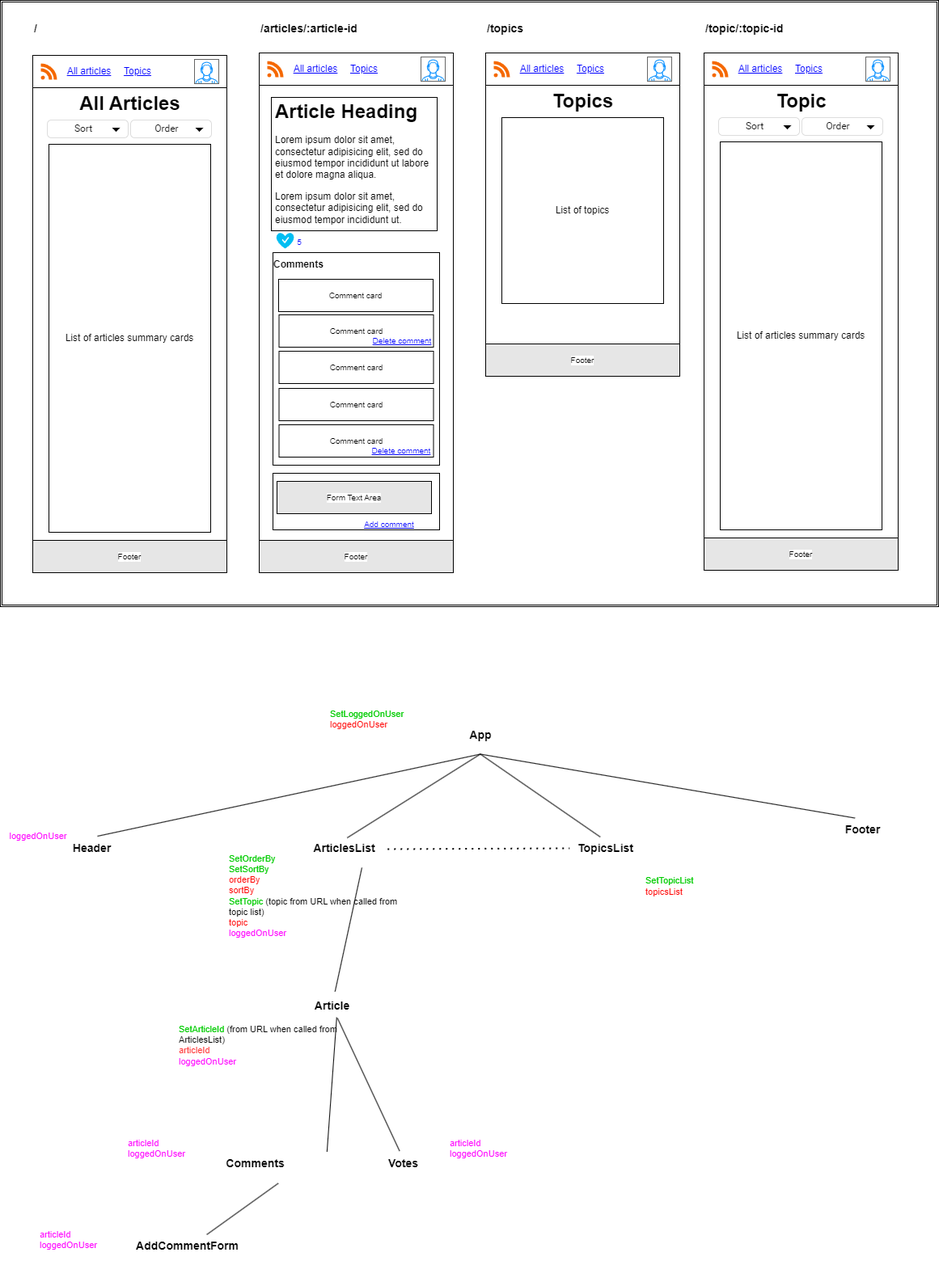
Before: plan.png, a diagram exported from draw.io (marcusyoung/nc-news). Source tidied: cells renumbered, new cells last; positions are measured from the earlier drawing's top-left corner, leaving out a move shared by most shapes.
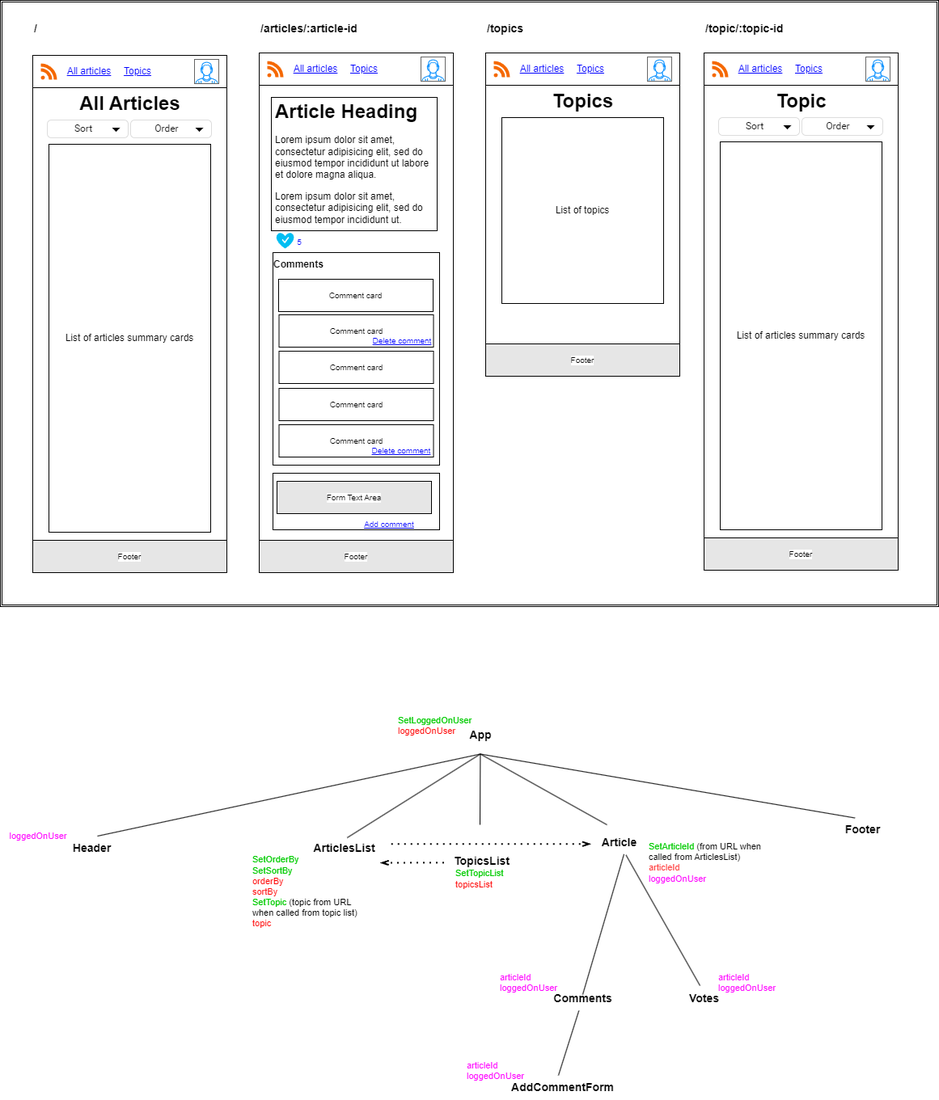
The same diagram one commit later.

Commit message:
completed plan

Diff of the diagram source:
```diff
@@ -196,98 +196,102 @@
         <mxPoint x="-20" y="-1.5" as="offset" />
       </mxGeometry>
     </mxCell>
-    <mxCell id="64" style="group;" parent="1" vertex="1">
-      <mxGeometry y="870" width="1140" height="714.5" as="geometry" />
-    </mxCell>
-    <mxCell id="65" style="endArrow=none;html=1;fontSize=11;fontColor=#000000;exitX=0.586;exitY=0.967;exitDx=0;exitDy=0;exitPerimeter=0;entryX=0.557;entryY=-0.1;entryDx=0;entryDy=0;entryPerimeter=0;" parent="64" edge="1" target="71">
+    <mxCell id="65" style="endArrow=none;html=1;fontSize=11;fontColor=#000000;exitX=0.5;exitY=1;exitDx=0;exitDy=0;" parent="1" edge="1" source="67">
       <mxGeometry relative="1" as="geometry">
-        <mxPoint x="447" y="203" as="sourcePoint" />
+        <mxPoint x="750" y="1020" as="targetPoint" />
       </mxGeometry>
     </mxCell>
-    <mxCell id="66" value="&lt;font color=&quot;#00cc00&quot;&gt;SetOrderBy&lt;br&gt;SetSortBy&lt;/font&gt;&lt;br&gt;&lt;font color=&quot;#ff0000&quot;&gt;orderBy&lt;/font&gt;&lt;br&gt;&lt;font color=&quot;#ff0000&quot;&gt;sortBy&lt;/font&gt;&lt;br&gt;&lt;font color=&quot;#00cc00&quot;&gt;SetTopic&lt;/font&gt;&lt;font color=&quot;#ff0000&quot;&gt; &lt;/font&gt;(topic from URL when called from topic list)&lt;br&gt;&lt;font color=&quot;#ff0000&quot;&gt;topic&lt;/font&gt;&lt;br&gt;&lt;font color=&quot;#ff00ff&quot;&gt;loggedOnUser&lt;/font&gt;" style="text;html=1;strokeColor=none;fillColor=none;align=left;verticalAlign=middle;whiteSpace=wrap;rounded=0;fontSize=11;" parent="64" vertex="1">
-      <mxGeometry x="281.1" y="164" width="234.2" height="148.4" as="geometry" />
+    <mxCell id="66" value="&lt;font color=&quot;#00cc00&quot;&gt;SetOrderBy&lt;br&gt;SetSortBy&lt;/font&gt;&lt;br&gt;&lt;font color=&quot;#ff0000&quot;&gt;orderBy&lt;/font&gt;&lt;br&gt;&lt;font color=&quot;#ff0000&quot;&gt;sortBy&lt;/font&gt;&lt;br&gt;&lt;font color=&quot;#00cc00&quot;&gt;SetTopic&lt;/font&gt;&lt;font color=&quot;#ff0000&quot;&gt; &lt;/font&gt;(topic from URL when called from topic list)&lt;br&gt;&lt;font color=&quot;#ff0000&quot;&gt;topic&lt;/font&gt;" style="text;html=1;strokeColor=none;fillColor=none;align=left;verticalAlign=middle;whiteSpace=wrap;rounded=0;fontSize=11;" parent="1" vertex="1">
+      <mxGeometry x="310" y="1049.6" width="150" height="106" as="geometry" />
     </mxCell>
-    <mxCell id="67" value="App" style="text;html=1;strokeColor=none;fillColor=none;align=center;verticalAlign=middle;whiteSpace=wrap;rounded=0;shadow=0;labelBackgroundColor=none;labelBorderColor=none;sketch=0;fillStyle=auto;strokeWidth=2;fontSize=14;fontColor=#000000;fontStyle=1;" parent="64" vertex="1">
-      <mxGeometry x="546.6" y="15.6" width="93.7" height="46.8" as="geometry" />
+    <mxCell id="67" value="App" style="text;html=1;strokeColor=none;fillColor=none;align=center;verticalAlign=middle;whiteSpace=wrap;rounded=0;shadow=0;labelBackgroundColor=none;labelBorderColor=none;sketch=0;fillStyle=auto;strokeWidth=2;fontSize=14;fontColor=#000000;fontStyle=1;" parent="1" vertex="1">
+      <mxGeometry x="546.6" y="885.6" width="93.7" height="46.8" as="geometry" />
     </mxCell>
-    <mxCell id="68" value="Header" style="text;html=1;align=center;verticalAlign=middle;points=[];strokeColor=none;fillColor=none;fontSize=14;fontColor=#000000;fontStyle=1;" parent="64" vertex="1">
-      <mxGeometry x="78.1" y="164" width="70" height="30" as="geometry" />
+    <mxCell id="68" value="Header" style="text;html=1;align=center;verticalAlign=middle;points=[];strokeColor=none;fillColor=none;fontSize=14;fontColor=#000000;fontStyle=1;" parent="1" vertex="1">
+      <mxGeometry x="78.1" y="1034" width="70" height="30" as="geometry" />
     </mxCell>
-    <mxCell id="69" value="ArticlesList" style="text;html=1;align=center;verticalAlign=middle;points=[];strokeColor=none;fillColor=none;fontSize=14;fontColor=#000000;fontStyle=1;" parent="64" vertex="1">
-      <mxGeometry x="374.8" y="164" width="100" height="30" as="geometry" />
+    <mxCell id="69" value="ArticlesList" style="text;html=1;align=center;verticalAlign=middle;points=[];strokeColor=none;fillColor=none;fontSize=14;fontColor=#000000;fontStyle=1;" parent="1" vertex="1">
+      <mxGeometry x="374.8" y="1034" width="100" height="30" as="geometry" />
     </mxCell>
-    <mxCell id="70" value="TopicsList" style="text;html=1;align=center;verticalAlign=middle;points=[];strokeColor=none;fillColor=none;fontSize=14;fontColor=#000000;fontStyle=1;" parent="64" vertex="1">
-      <mxGeometry x="702.7" y="164" width="90" height="30" as="geometry" />
+    <mxCell id="70" value="TopicsList" style="text;html=1;align=center;verticalAlign=middle;points=[];strokeColor=none;fillColor=none;fontSize=14;fontColor=#000000;fontStyle=1;" parent="1" vertex="1">
+      <mxGeometry x="550.3" y="1049.6" width="90" height="30" as="geometry" />
     </mxCell>
-    <mxCell id="71" value="Article" style="text;html=1;align=center;verticalAlign=middle;points=[];strokeColor=none;fillColor=none;fontSize=14;fontColor=#000000;fontStyle=1;" parent="64" vertex="1">
-      <mxGeometry x="374.8" y="359.2" width="70" height="30" as="geometry" />
+    <mxCell id="71" value="Article" style="text;html=1;align=center;verticalAlign=middle;points=[];strokeColor=none;fillColor=none;fontSize=14;fontColor=#000000;fontStyle=1;" parent="1" vertex="1">
+      <mxGeometry x="730" y="1027.4" width="70" height="30" as="geometry" />
     </mxCell>
-    <mxCell id="72" value="Footer" style="text;html=1;align=center;verticalAlign=middle;points=[];strokeColor=none;fillColor=none;fontSize=14;fontColor=#000000;fontStyle=1;" parent="64" vertex="1">
-      <mxGeometry x="1030.7" y="140.5" width="70" height="30" as="geometry" />
+    <mxCell id="72" value="Footer" style="text;html=1;align=center;verticalAlign=middle;points=[];strokeColor=none;fillColor=none;fontSize=14;fontColor=#000000;fontStyle=1;" parent="1" vertex="1">
+      <mxGeometry x="1030.7" y="1010.5" width="70" height="30" as="geometry" />
     </mxCell>
-    <mxCell id="73" value="AddCommentForm" style="text;html=1;align=center;verticalAlign=middle;points=[];strokeColor=none;fillColor=none;fontSize=14;fontColor=#000000;fontStyle=1;" parent="64" vertex="1">
-      <mxGeometry x="156.2" y="655.9" width="150" height="30" as="geometry" />
+    <mxCell id="73" value="AddCommentForm" style="text;html=1;align=center;verticalAlign=middle;points=[];strokeColor=none;fillColor=none;fontSize=14;fontColor=#000000;fontStyle=1;" parent="1" vertex="1">
+      <mxGeometry x="620" y="1330" width="150" height="30" as="geometry" />
     </mxCell>
-    <mxCell id="74" value="Votes" style="text;html=1;align=center;verticalAlign=middle;points=[];strokeColor=none;fillColor=none;fontSize=14;fontColor=#000000;fontStyle=1;" parent="64" vertex="1">
-      <mxGeometry x="468.5" y="554.4" width="60" height="30" as="geometry" />
+    <mxCell id="74" value="Votes" style="text;html=1;align=center;verticalAlign=middle;points=[];strokeColor=none;fillColor=none;fontSize=14;fontColor=#000000;fontStyle=1;" parent="1" vertex="1">
+      <mxGeometry x="840" y="1220" width="60" height="30" as="geometry" />
     </mxCell>
-    <mxCell id="75" style="endArrow=none;html=1;fontSize=11;fontColor=#000000;exitX=0.6;exitY=0;exitDx=0;exitDy=0;exitPerimeter=0;" parent="64" edge="1" source="68">
+    <mxCell id="75" style="endArrow=none;html=1;fontSize=11;fontColor=#000000;exitX=0.6;exitY=0;exitDx=0;exitDy=0;exitPerimeter=0;" parent="1" edge="1" source="68">
       <mxGeometry relative="1" as="geometry">
-        <mxPoint x="593.4" y="62.5" as="targetPoint" />
+        <mxPoint x="593.4" y="932.5" as="targetPoint" />
       </mxGeometry>
     </mxCell>
-    <mxCell id="76" style="endArrow=none;html=1;fontSize=11;fontColor=#000000;exitX=0.54;exitY=0.067;exitDx=0;exitDy=0;exitPerimeter=0;" parent="64" edge="1" source="69">
+    <mxCell id="76" style="endArrow=none;html=1;fontSize=11;fontColor=#000000;exitX=0.54;exitY=0.067;exitDx=0;exitDy=0;exitPerimeter=0;" parent="1" edge="1" source="69">
       <mxGeometry relative="1" as="geometry">
-        <mxPoint x="593.4" y="62.5" as="targetPoint" />
+        <mxPoint x="593.4" y="932.5" as="targetPoint" />
       </mxGeometry>
     </mxCell>
-    <mxCell id="77" style="endArrow=none;html=1;fontSize=11;fontColor=#000000;exitX=0.433;exitY=0.033;exitDx=0;exitDy=0;exitPerimeter=0;entryX=0.5;entryY=1;entryDx=0;entryDy=0;" parent="64" edge="1" source="70" target="67">
-      <mxGeometry relative="1" as="geometry" />
+    <mxCell id="77" style="endArrow=none;html=1;fontSize=11;fontColor=#000000;entryX=0.5;entryY=1;entryDx=0;entryDy=0;" parent="1" edge="1" target="67">
+      <mxGeometry relative="1" as="geometry">
+        <mxPoint x="593" y="1020" as="sourcePoint" />
+      </mxGeometry>
     </mxCell>
-    <mxCell id="78" style="endArrow=none;html=1;fontSize=11;fontColor=#000000;exitX=0.371;exitY=0.033;exitDx=0;exitDy=0;exitPerimeter=0;" parent="64" edge="1" source="72">
+    <mxCell id="78" style="endArrow=none;html=1;fontSize=11;fontColor=#000000;exitX=0.371;exitY=0.033;exitDx=0;exitDy=0;exitPerimeter=0;" parent="1" edge="1" source="72">
       <mxGeometry relative="1" as="geometry">
-        <mxPoint x="593.4" y="62.5" as="targetPoint" />
+        <mxPoint x="593.4" y="932.5" as="targetPoint" />
       </mxGeometry>
     </mxCell>
-    <mxCell id="79" value="&lt;font color=&quot;#00cc00&quot;&gt;SetArticleId&lt;/font&gt;&lt;font color=&quot;#ff3333&quot;&gt; &lt;/font&gt;(from URL when called from ArticlesList)&lt;font color=&quot;#ff3333&quot;&gt;&lt;br&gt;articleId&lt;/font&gt;&lt;br&gt;&lt;font color=&quot;#ff00ff&quot;&gt;loggedOnUser&lt;br&gt;&lt;/font&gt;" style="text;html=1;strokeColor=none;fillColor=none;align=left;verticalAlign=top;whiteSpace=wrap;rounded=0;fontSize=11;fontColor=#000000;" parent="64" vertex="1">
-      <mxGeometry x="218.6" y="390.4" width="203" height="62.5" as="geometry" />
+    <mxCell id="79" value="&lt;font color=&quot;#00cc00&quot;&gt;SetArticleId&lt;/font&gt;&lt;font color=&quot;#ff3333&quot;&gt; &lt;/font&gt;(from URL when called from ArticlesList)&lt;font color=&quot;#ff3333&quot;&gt;&lt;br&gt;articleId&lt;/font&gt;&lt;br&gt;&lt;font color=&quot;#ff00ff&quot;&gt;loggedOnUser&lt;br&gt;&lt;/font&gt;" style="text;html=1;strokeColor=none;fillColor=none;align=left;verticalAlign=top;whiteSpace=wrap;rounded=0;fontSize=11;fontColor=#000000;" parent="1" vertex="1">
+      <mxGeometry x="800" y="1034" width="160" height="62.5" as="geometry" />
     </mxCell>
-    <mxCell id="80" value="Comments" style="text;html=1;align=center;verticalAlign=middle;points=[];strokeColor=none;fillColor=none;fontSize=14;fontColor=#000000;fontStyle=1;" parent="64" vertex="1">
-      <mxGeometry x="265.5" y="554.4" width="100" height="30" as="geometry" />
+    <mxCell id="80" value="Comments" style="text;html=1;align=center;verticalAlign=middle;points=[];strokeColor=none;fillColor=none;fontSize=14;fontColor=#000000;fontStyle=1;" parent="1" vertex="1">
+      <mxGeometry x="670" y="1220" width="100" height="30" as="geometry" />
     </mxCell>
-    <mxCell id="81" value="&lt;font color=&quot;#ff00ff&quot;&gt;articleId&lt;br&gt;loggedOnUser&lt;br&gt;&lt;/font&gt;" style="text;html=1;strokeColor=none;fillColor=none;align=left;verticalAlign=top;whiteSpace=wrap;rounded=0;fontSize=11;fontColor=#000000;" parent="64" vertex="1">
-      <mxGeometry x="156.2" y="531" width="156.2" height="70.3" as="geometry" />
+    <mxCell id="81" value="&lt;font color=&quot;#ff00ff&quot;&gt;articleId&lt;br&gt;loggedOnUser&lt;br&gt;&lt;/font&gt;" style="text;html=1;strokeColor=none;fillColor=none;align=left;verticalAlign=top;whiteSpace=wrap;rounded=0;fontSize=11;fontColor=#000000;" parent="1" vertex="1">
+      <mxGeometry x="616.2" y="1196.1" width="83.8" height="39" as="geometry" />
     </mxCell>
-    <mxCell id="82" style="endArrow=none;html=1;fontSize=11;fontColor=#000000;exitX=0.586;exitY=0.967;exitDx=0;exitDy=0;exitPerimeter=0;" parent="64" edge="1" source="71">
+    <mxCell id="82" style="endArrow=none;html=1;fontSize=11;fontColor=#000000;exitX=0.586;exitY=0.967;exitDx=0;exitDy=0;exitPerimeter=0;" parent="1" edge="1" source="71">
       <mxGeometry relative="1" as="geometry">
-        <mxPoint x="403.8" y="554.4" as="targetPoint" />
+        <mxPoint x="720" y="1230" as="targetPoint" />
       </mxGeometry>
     </mxCell>
-    <mxCell id="83" style="endArrow=none;html=1;fontSize=11;fontColor=#000000;entryX=0.417;entryY=-0.033;entryDx=0;entryDy=0;entryPerimeter=0;" parent="64" edge="1" source="71" target="74">
+    <mxCell id="83" style="endArrow=none;html=1;fontSize=11;fontColor=#000000;entryX=0.417;entryY=-0.033;entryDx=0;entryDy=0;entryPerimeter=0;" parent="1" edge="1" source="71" target="74">
       <mxGeometry relative="1" as="geometry" />
     </mxCell>
-    <mxCell id="84" value="&lt;font color=&quot;#ff00ff&quot;&gt;articleId&lt;br&gt;loggedOnUser&lt;br&gt;&lt;/font&gt;" style="text;html=1;strokeColor=none;fillColor=none;align=left;verticalAlign=top;whiteSpace=wrap;rounded=0;fontSize=11;fontColor=#000000;" parent="64" vertex="1">
-      <mxGeometry x="554.4" y="531" width="78.1" height="31.2" as="geometry" />
+    <mxCell id="84" value="&lt;font color=&quot;#ff00ff&quot;&gt;articleId&lt;br&gt;loggedOnUser&lt;br&gt;&lt;/font&gt;" style="text;html=1;strokeColor=none;fillColor=none;align=left;verticalAlign=top;whiteSpace=wrap;rounded=0;fontSize=11;fontColor=#000000;" parent="1" vertex="1">
+      <mxGeometry x="886" y="1196.1" width="78.1" height="31.2" as="geometry" />
     </mxCell>
-    <mxCell id="85" style="endArrow=none;html=1;fontSize=11;fontColor=#FF00FF;entryX=0.66;entryY=0.033;entryDx=0;entryDy=0;entryPerimeter=0;" parent="64" edge="1" target="73">
+    <mxCell id="85" style="endArrow=none;html=1;fontSize=11;fontColor=#FF00FF;" parent="1" edge="1" source="80">
       <mxGeometry relative="1" as="geometry">
-        <mxPoint x="343.6" y="593.4" as="sourcePoint" />
+        <mxPoint x="690" y="1330" as="targetPoint" />
       </mxGeometry>
     </mxCell>
-    <mxCell id="86" value="&lt;font color=&quot;#00cc00&quot;&gt;SetLoggedOnUser&lt;/font&gt;&lt;br&gt;&lt;font color=&quot;#ff0000&quot;&gt;loggedOnUser&lt;/font&gt;" style="text;html=1;strokeColor=none;fillColor=none;align=left;verticalAlign=top;whiteSpace=wrap;rounded=0;fontSize=11;fontColor=#000000;" parent="64" vertex="1">
-      <mxGeometry x="406" width="171.8" height="62.5" as="geometry" />
+    <mxCell id="86" value="&lt;font color=&quot;#00cc00&quot;&gt;SetLoggedOnUser&lt;/font&gt;&lt;br&gt;&lt;font color=&quot;#ff0000&quot;&gt;loggedOnUser&lt;/font&gt;" style="text;html=1;strokeColor=none;fillColor=none;align=left;verticalAlign=top;whiteSpace=wrap;rounded=0;fontSize=11;fontColor=#000000;" parent="1" vertex="1">
+      <mxGeometry x="490" y="877.8" width="171.8" height="62.5" as="geometry" />
     </mxCell>
-    <mxCell id="87" style="endArrow=none;dashed=1;html=1;dashPattern=1 3;strokeWidth=2;fontSize=11;fontColor=#FF0000;exitX=1.04;exitY=0.533;exitDx=0;exitDy=0;exitPerimeter=0;entryX=0.011;entryY=0.5;entryDx=0;entryDy=0;entryPerimeter=0;" parent="64" edge="1" source="69" target="70">
-      <mxGeometry relative="1" as="geometry" />
+    <mxCell id="87" style="endArrow=none;dashed=1;html=1;dashPattern=1 3;strokeWidth=2;fontSize=11;fontColor=#FF0000;entryX=-0.013;entryY=0.576;entryDx=0;entryDy=0;entryPerimeter=0;endFill=0;startArrow=openThin;startFill=0;" parent="1" edge="1" target="70">
+      <mxGeometry relative="1" as="geometry">
+        <mxPoint x="470" y="1067" as="sourcePoint" />
+      </mxGeometry>
     </mxCell>
-    <mxCell id="88" value="&lt;font color=&quot;#ff00ff&quot;&gt;articleId&lt;br&gt;loggedOnUser&lt;br&gt;&lt;/font&gt;" style="text;html=1;strokeColor=none;fillColor=none;align=left;verticalAlign=top;whiteSpace=wrap;rounded=0;fontSize=11;fontColor=#000000;" parent="64" vertex="1">
-      <mxGeometry x="46.8" y="644.2" width="156.2" height="70.3" as="geometry" />
+    <mxCell id="88" value="&lt;font color=&quot;#ff00ff&quot;&gt;articleId&lt;br&gt;loggedOnUser&lt;br&gt;&lt;/font&gt;" style="text;html=1;strokeColor=none;fillColor=none;align=left;verticalAlign=top;whiteSpace=wrap;rounded=0;fontSize=11;fontColor=#000000;" parent="1" vertex="1">
+      <mxGeometry x="574.9" y="1305" width="93.2" height="45.8" as="geometry" />
     </mxCell>
-    <mxCell id="89" value="&lt;font color=&quot;#ff00ff&quot;&gt;loggedOnUser&lt;/font&gt;" style="text;html=1;strokeColor=none;fillColor=none;align=center;verticalAlign=middle;whiteSpace=wrap;rounded=0;fontSize=11;fontColor=#FF0000;" parent="64" vertex="1">
-      <mxGeometry y="140.5" width="93.7" height="46.8" as="geometry" />
+    <mxCell id="89" value="&lt;font color=&quot;#ff00ff&quot;&gt;loggedOnUser&lt;/font&gt;" style="text;html=1;strokeColor=none;fillColor=none;align=center;verticalAlign=middle;whiteSpace=wrap;rounded=0;fontSize=11;fontColor=#FF0000;" parent="1" vertex="1">
+      <mxGeometry y="1010.5" width="93.7" height="46.8" as="geometry" />
     </mxCell>
-    <mxCell id="90" value="&lt;font color=&quot;#00cc00&quot;&gt;SetTopicList&lt;/font&gt;&lt;br&gt;&lt;font color=&quot;#ff0000&quot;&gt;topicsList&lt;/font&gt;" style="text;html=1;strokeColor=none;fillColor=none;align=left;verticalAlign=middle;whiteSpace=wrap;rounded=0;fontSize=11;fontColor=#FF00FF;" parent="64" vertex="1">
-      <mxGeometry x="796.4" y="203" width="109.3" height="46.8" as="geometry" />
+    <mxCell id="90" value="&lt;font color=&quot;#00cc00&quot;&gt;SetTopicList&lt;/font&gt;&lt;br&gt;&lt;font color=&quot;#ff0000&quot;&gt;topicsList&lt;/font&gt;" style="text;html=1;strokeColor=none;fillColor=none;align=left;verticalAlign=middle;whiteSpace=wrap;rounded=0;fontSize=11;fontColor=#FF00FF;" parent="1" vertex="1">
+      <mxGeometry x="560.7" y="1064" width="109.3" height="46.8" as="geometry" />
     </mxCell>
+    <mxCell id="91" style="endArrow=none;dashed=1;html=1;dashPattern=1 3;strokeWidth=2;fontSize=11;fontColor=#FF0000;entryX=1.062;entryY=0.326;entryDx=0;entryDy=0;entryPerimeter=0;endFill=0;startArrow=openThin;startFill=0;exitX=-0.004;exitY=0.545;exitDx=0;exitDy=0;exitPerimeter=0;" parent="1" edge="1" source="71" target="69">
+      <mxGeometry relative="1" as="geometry" />
+    </mxCell>
   </root>
 </mxGraphModel>
```
